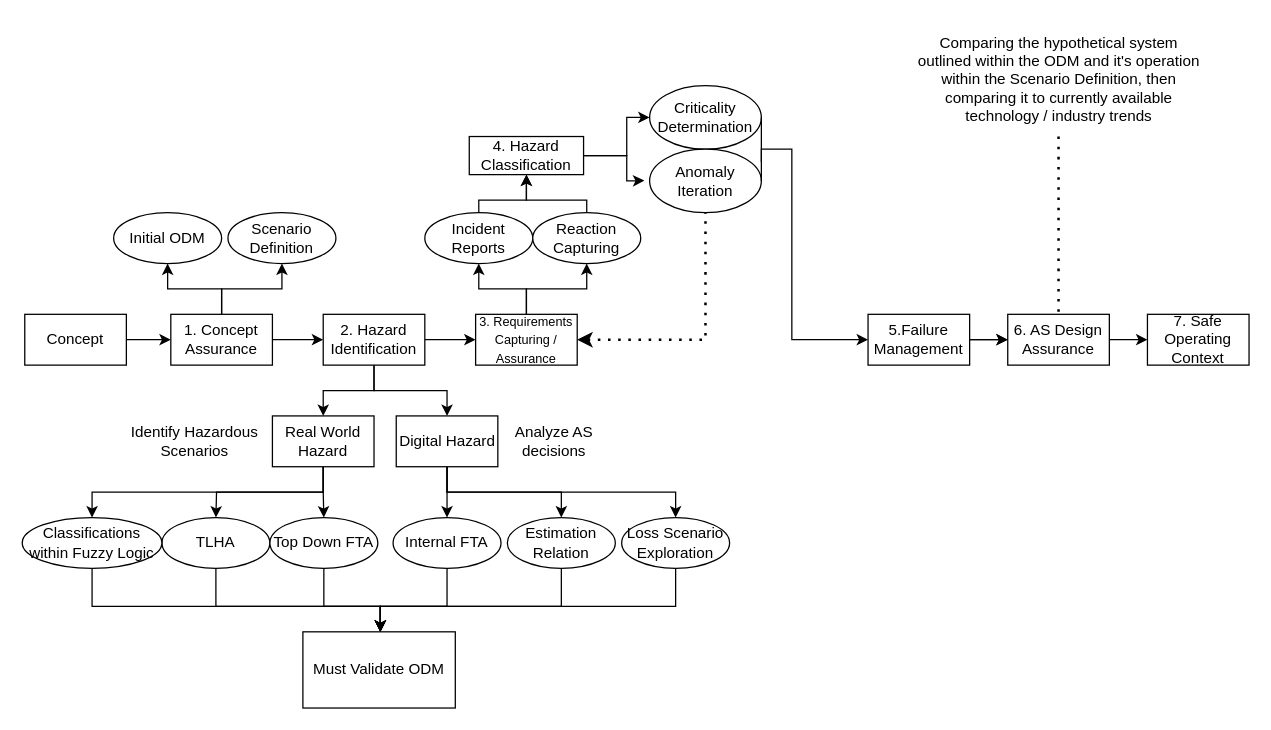
The draw.io diagram Overview/SACRED.drawio in TortoiseFather/SACRED, before the edit. Source tidied: cells renumbered, new cells numbered last; positions are measured from the earlier drawing's top-left corner, leaving out a move shared by most shapes. Both pictures are drawn from the tidied source at 127%, with x=0, y=0 at pixel (22, 22).
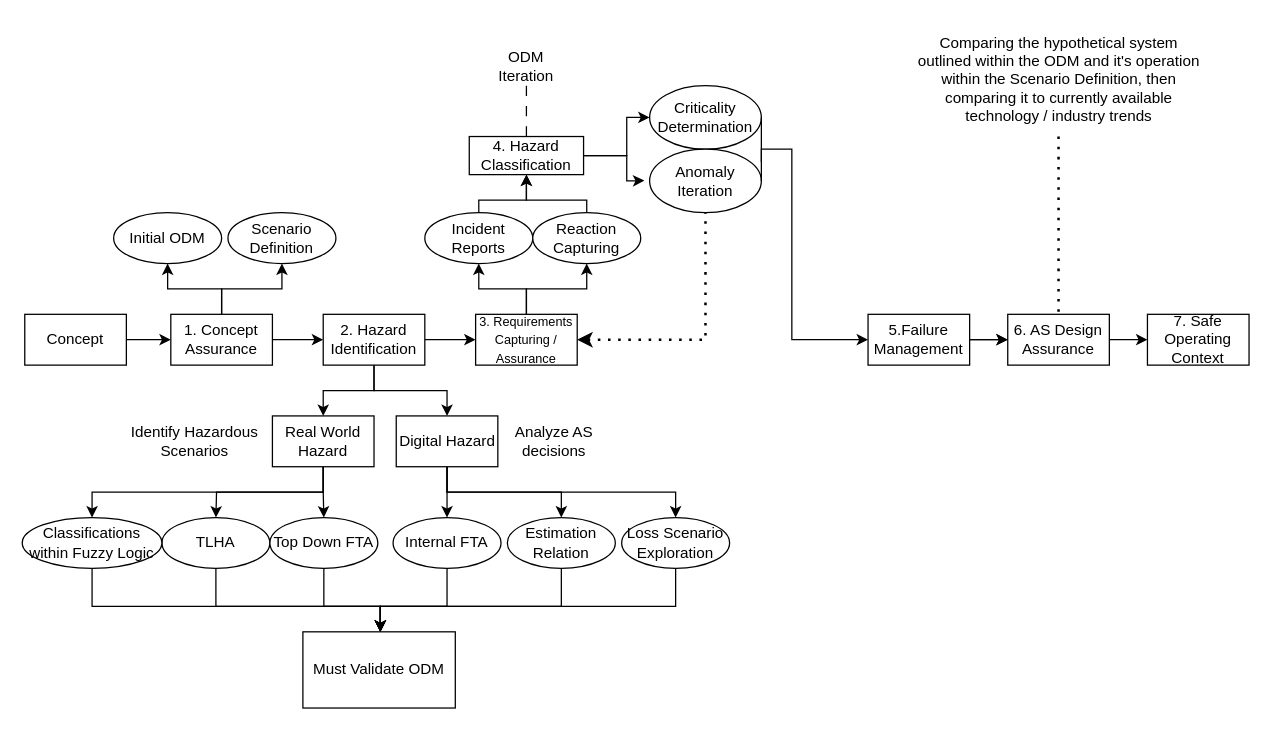
The same page after the edit.

The change refers to these unchanged cells:
```xml
<mxCell id="50" value="4. Hazard Classification" style="whiteSpace=wrap;html=1;" parent="1" vertex="1">
  <mxGeometry x="352" y="90" width="90" height="30" as="geometry" />
</mxCell>
```

Change to the diagram source:
```diff
@@
+    <mxCell id="60" style="edgeStyle=orthogonalEdgeStyle;rounded=0;jettySize=auto;html=1;entryX=0.5;entryY=0;entryDx=0;entryDy=0;endArrow=none;endFill=0;dashed=1;dashPattern=8 8;" parent="1" edge="1" source="61" target="50">
+      <mxGeometry relative="1" as="geometry" />
+    </mxCell>
+    <mxCell id="61" value="&lt;div&gt;ODM Iteration&lt;/div&gt;" style="text;html=1;strokeColor=none;fillColor=none;align=center;verticalAlign=middle;whiteSpace=wrap;rounded=0;" parent="1" vertex="1">
+      <mxGeometry x="367" y="20" width="60" height="30" as="geometry" />
+    </mxCell>
```
